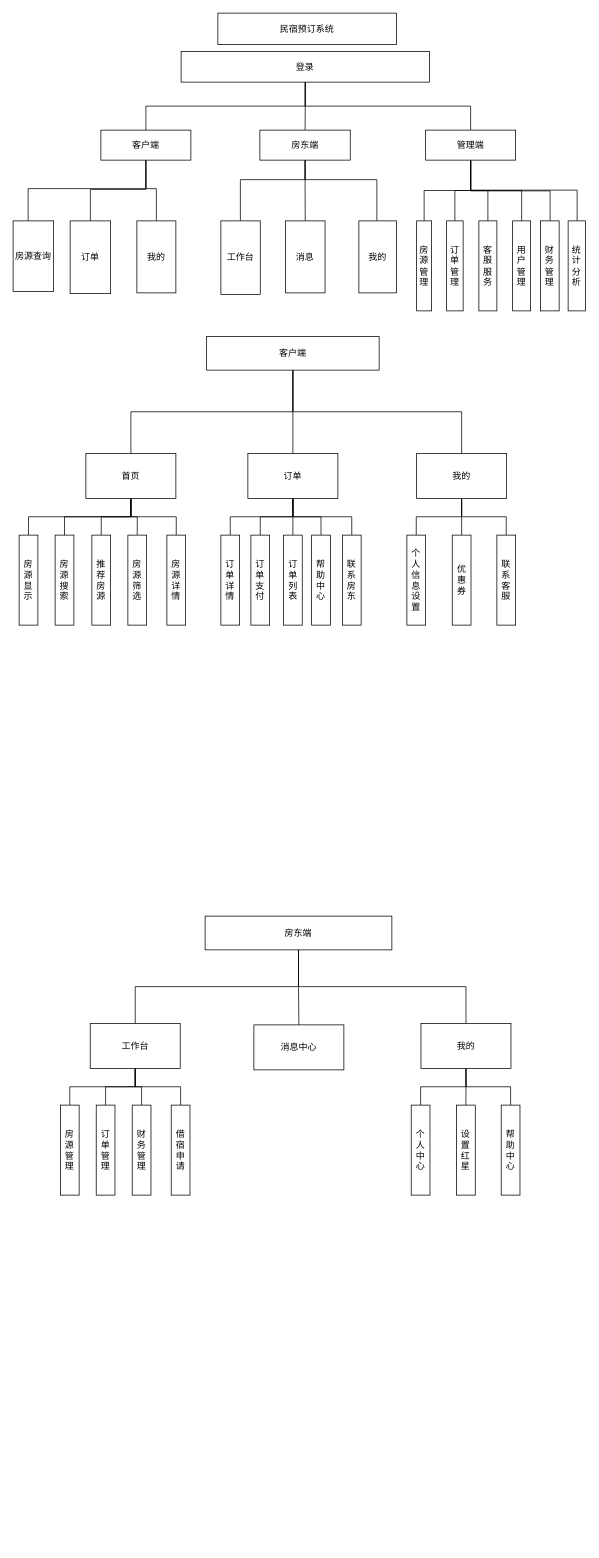
The draw.io diagram page "第 1 页" (1 of 2) of 未命名绘图.drawio in no1Alin/Ai-Quset-and-answer-assistant, before the edit. Source tidied: cells renumbered, new cells numbered last; positions are measured from the earlier drawing's top-left corner, leaving out a move shared by most shapes. Both pictures are drawn from the tidied source at 75%, with x=0, y=0 at pixel (13, 13).
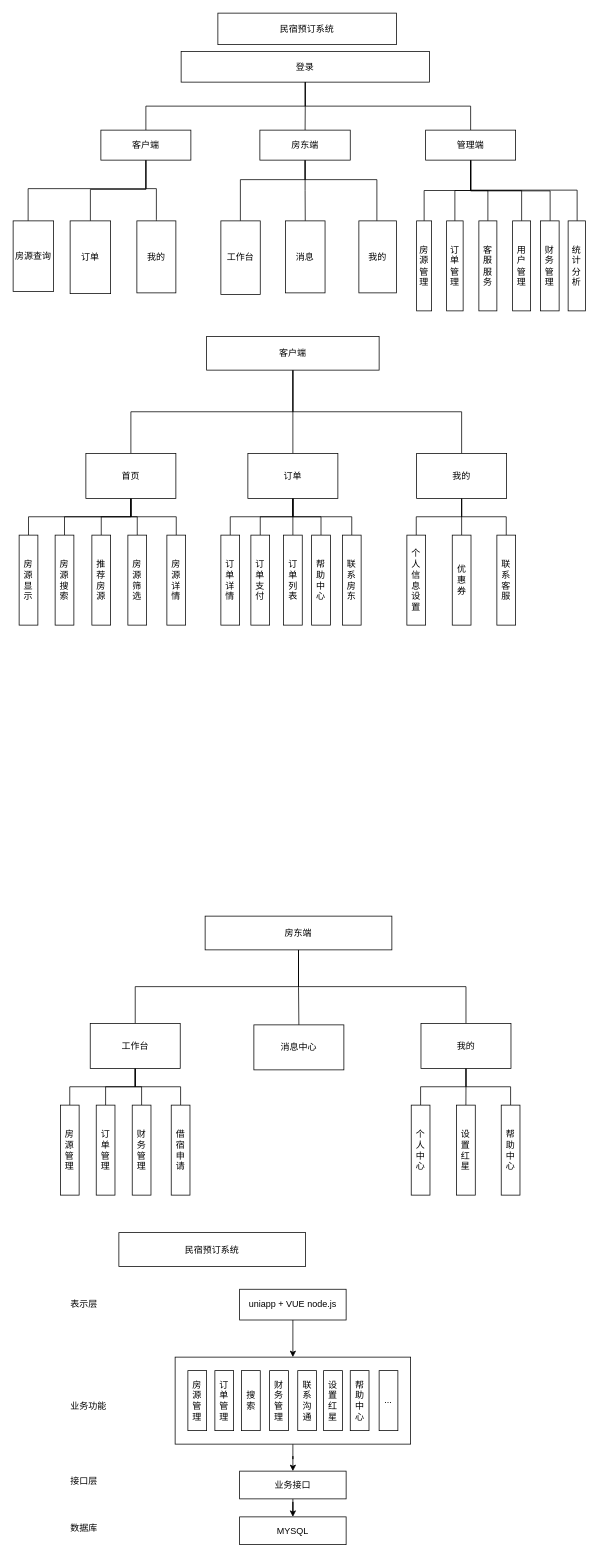
After the change.

Commit message (it also covers changes not shown here):
更新未命名绘图.drawio

The edit, as a diff of the source:
```diff
@@
+    <mxCell id="88" value="民宿预订系统" style="whiteSpace=wrap;html=1;" parent="1" vertex="1">
+      <mxGeometry x="141" y="1626" width="249" height="45" as="geometry" />
+    </mxCell>
+    <mxCell id="89" style="edgeStyle=orthogonalEdgeStyle;rounded=0;jettySize=auto;html=1;exitX=0.5;exitY=1;exitDx=0;exitDy=0;" parent="1" edge="1" source="90" target="96">
+      <mxGeometry relative="1" as="geometry" />
+    </mxCell>
+    <mxCell id="90" value="uniapp + VUE node.js" style="whiteSpace=wrap;html=1;" parent="1" vertex="1">
+      <mxGeometry x="302" y="1701.5" width="142" height="41" as="geometry" />
+    </mxCell>
+    <mxCell id="91" value="表示层" style="text;html=1;align=center;verticalAlign=middle;strokeColor=none;fillColor=none;" parent="1" vertex="1">
+      <mxGeometry x="67" y="1709" width="54" height="26" as="geometry" />
+    </mxCell>
+    <mxCell id="92" value="业务功能" style="text;html=1;align=center;verticalAlign=middle;strokeColor=none;fillColor=none;" parent="1" vertex="1">
+      <mxGeometry x="67" y="1845" width="66" height="26" as="geometry" />
+    </mxCell>
+    <mxCell id="93" value="接口层" style="text;html=1;align=center;verticalAlign=middle;strokeColor=none;fillColor=none;" parent="1" vertex="1">
+      <mxGeometry x="67" y="1944" width="54" height="26" as="geometry" />
+    </mxCell>
+    <mxCell id="94" value="数据库" style="text;html=1;align=center;verticalAlign=middle;strokeColor=none;fillColor=none;" parent="1" vertex="1">
+      <mxGeometry x="67" y="2007" width="54" height="26" as="geometry" />
+    </mxCell>
+    <mxCell id="95" style="edgeStyle=orthogonalEdgeStyle;rounded=0;jettySize=auto;html=1;exitX=0.5;exitY=1;exitDx=0;exitDy=0;" parent="1" edge="1" source="96" target="98">
+      <mxGeometry relative="1" as="geometry" />
+    </mxCell>
+    <mxCell id="96" style="whiteSpace=wrap;html=1;" parent="1" vertex="1">
+      <mxGeometry x="216" y="1792" width="314" height="116" as="geometry" />
+    </mxCell>
+    <mxCell id="97" style="edgeStyle=orthogonalEdgeStyle;rounded=0;jettySize=auto;html=1;exitX=0.5;exitY=1;exitDx=0;exitDy=0;" parent="1" edge="1" source="98" target="107">
+      <mxGeometry relative="1" as="geometry" />
+    </mxCell>
+    <mxCell id="98" value="业务接口" style="whiteSpace=wrap;html=1;" parent="1" vertex="1">
+      <mxGeometry x="302" y="1944" width="142" height="37" as="geometry" />
+    </mxCell>
+    <mxCell id="99" value="房源管理" style="rounded=0;whiteSpace=wrap;html=1;direction=south;" parent="1" vertex="1">
+      <mxGeometry x="233" y="1810" width="25" height="80" as="geometry" />
+    </mxCell>
+    <mxCell id="100" value="联系沟通" style="rounded=0;whiteSpace=wrap;html=1;direction=south;" parent="1" vertex="1">
+      <mxGeometry x="379.5" y="1810" width="25" height="80" as="geometry" />
+    </mxCell>
+    <mxCell id="101" value="搜索" style="rounded=0;whiteSpace=wrap;html=1;direction=south;" parent="1" vertex="1">
+      <mxGeometry x="304.5" y="1810" width="25" height="80" as="geometry" />
+    </mxCell>
+    <mxCell id="102" value="设置红星" style="rounded=0;whiteSpace=wrap;html=1;direction=south;" parent="1" vertex="1">
+      <mxGeometry x="414" y="1810" width="25" height="80" as="geometry" />
+    </mxCell>
+    <mxCell id="103" value="订单管理" style="rounded=0;whiteSpace=wrap;html=1;" parent="1" vertex="1">
+      <mxGeometry x="269" y="1810" width="25" height="80" as="geometry" />
+    </mxCell>
+    <mxCell id="104" value="帮助中心" style="rounded=0;whiteSpace=wrap;html=1;direction=south;" parent="1" vertex="1">
+      <mxGeometry x="449.5" y="1810" width="25" height="80" as="geometry" />
+    </mxCell>
+    <mxCell id="105" value="财务管理" style="rounded=0;whiteSpace=wrap;html=1;direction=south;" parent="1" vertex="1">
+      <mxGeometry x="342" y="1810" width="25" height="80" as="geometry" />
+    </mxCell>
+    <mxCell id="106" value="..." style="rounded=0;whiteSpace=wrap;html=1;direction=south;" parent="1" vertex="1">
+      <mxGeometry x="488" y="1810" width="25" height="80" as="geometry" />
+    </mxCell>
+    <mxCell id="107" value="MYSQL" style="whiteSpace=wrap;html=1;" parent="1" vertex="1">
+      <mxGeometry x="302" y="2005" width="142" height="37" as="geometry" />
+    </mxCell>
```
